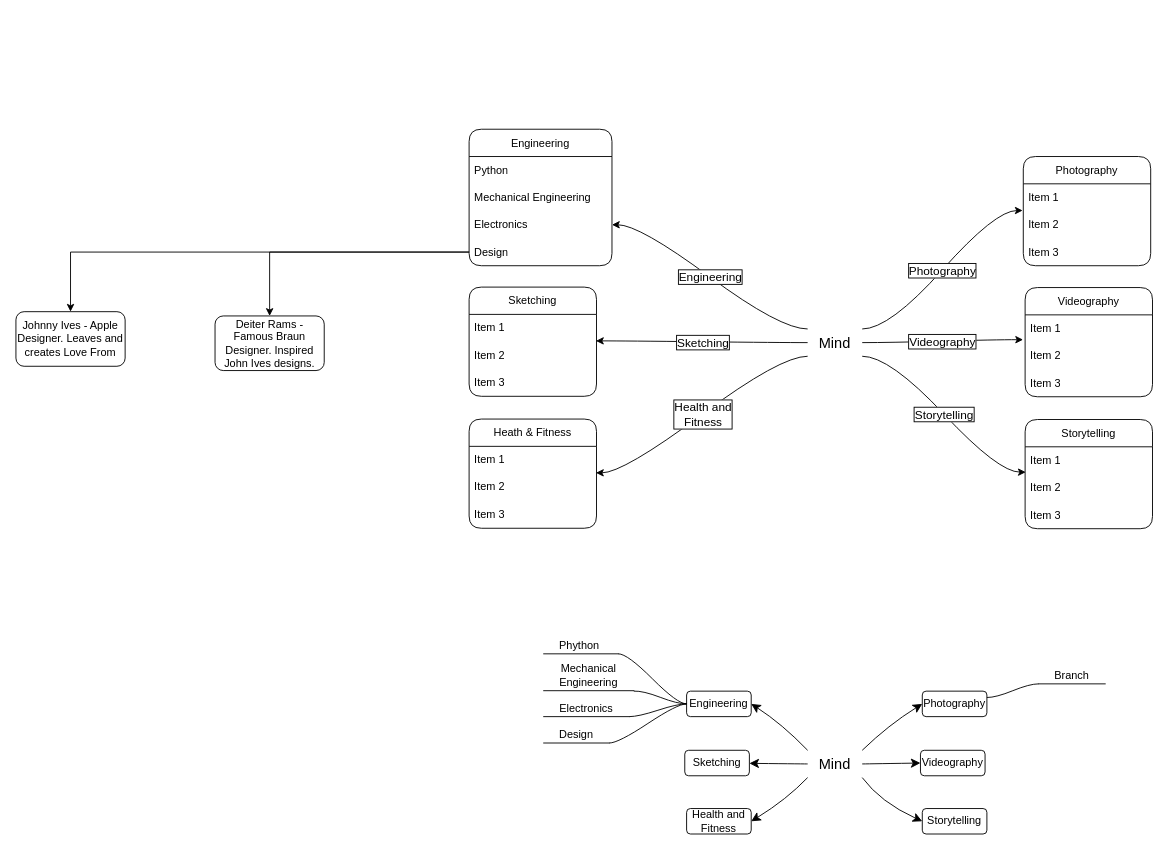
Earlier version of the draw.io diagram My Mind.drawio (Tavoracho/Mind-Maps). Source tidied: cells renumbered, new cells numbered last; positions are measured from the earlier drawing's top-left corner, leaving out a move shared by most shapes. Both pictures are drawn from the tidied source at 91%, with x=0, y=0 at pixel (15, 128).
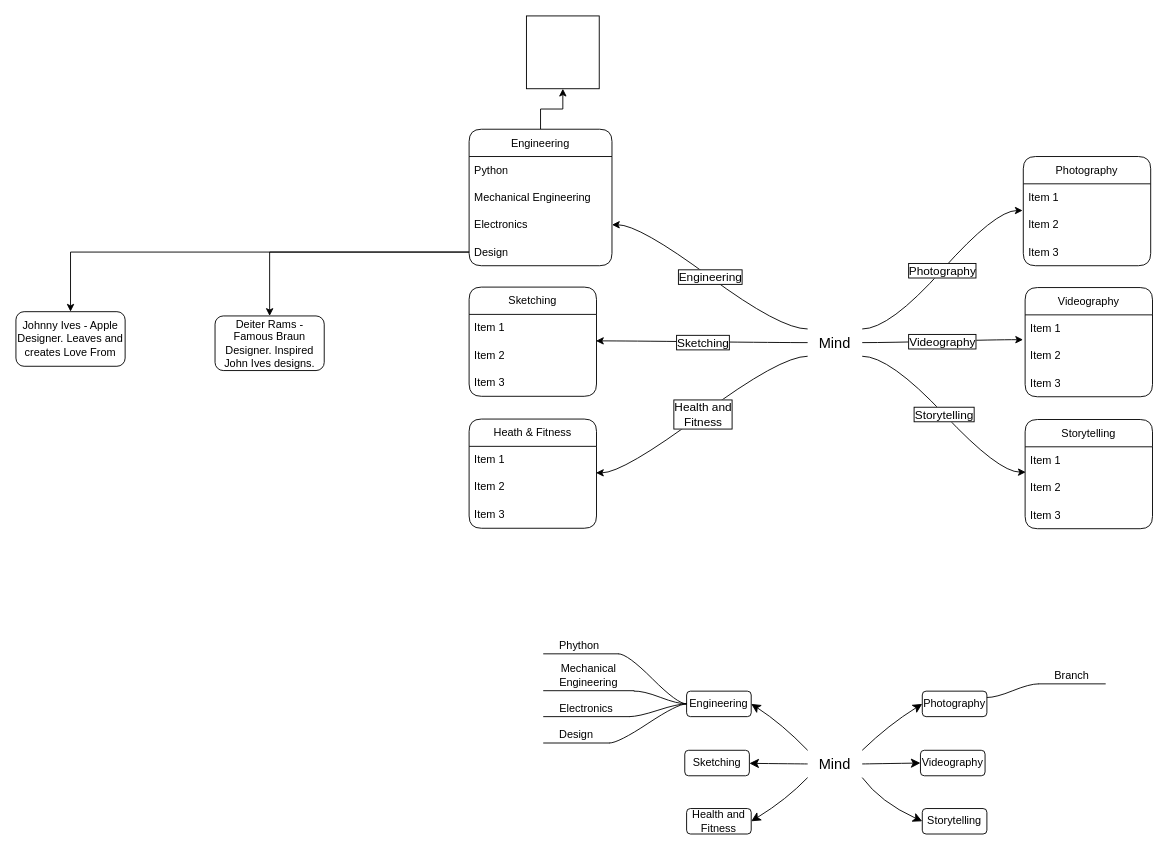
The same page after the edit.

Unchanged cells that the change refers to:
```xml
<mxCell id="58" value="Engineering" style="swimlane;fontStyle=0;horizontal=1;startSize=30;whiteSpace=wrap;html=1;rounded=1;strokeColor=default;align=center;verticalAlign=middle;fontFamily=Helvetica;fontSize=12;fontColor=default;fillColor=default;" parent="1" vertex="1">
  <mxGeometry x="498" y="0.5" width="157" height="150" as="geometry" />
</mxCell>
```

What changed in the source:
```diff
@@
+    <mxCell id="67" style="edgeStyle=orthogonalEdgeStyle;rounded=0;jettySize=auto;html=1;" parent="1" edge="1" source="58" target="68">
+      <mxGeometry relative="1" as="geometry" />
+    </mxCell>
@@
+    <mxCell id="68" style="whiteSpace=wrap;html=1;" parent="1" vertex="1">
+      <mxGeometry x="561" y="-124" width="80" height="80" as="geometry" />
+    </mxCell>
```
